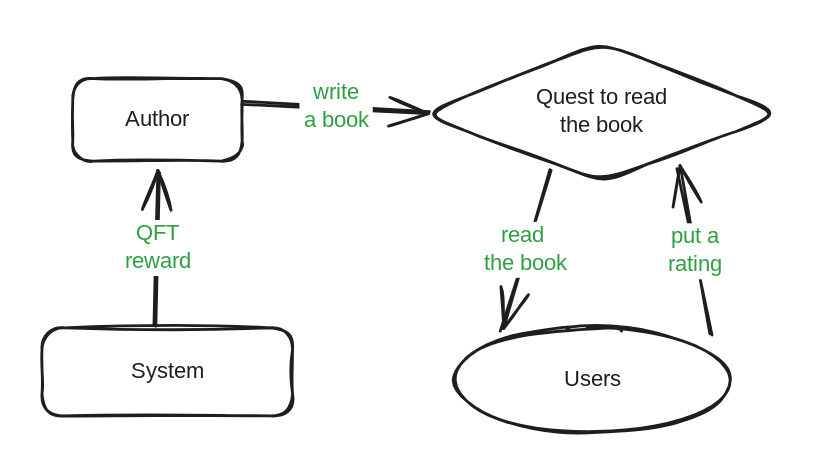
Questfall/docs keeps this Excalidraw diagram as .gitbook/assets/file.excalidraw (1).svg. Above is the earlier version. Source tidied: one line per element, renumbered; positions are measured from the earlier drawing's top-left corner, leaving out a move shared by most shapes. Its diagram source:
```json
{"id": 0, "type": "rectangle", "strokeColor": "#1e1e1e", "strokeWidth": 2, "roughness": 1, "round": true, "x": 22, "y": 26, "width": 121, "height": 59}
{"id": 1, "type": "text", "text": "Author", "strokeColor": "#1e1e1e", "strokeWidth": 2, "roughness": 1, "fontSize": 16, "fontFamily": 1, "textAlign": "center", "verticalAlign": "middle", "inside": 0, "x": 56, "y": 46, "width": 52, "height": 20}
{"id": 2, "type": "diamond", "strokeColor": "#1e1e1e", "strokeWidth": 2, "roughness": 1, "round": true, "x": 272, "y": 0, "width": 256, "height": 100}
{"id": 3, "type": "text", "text": "Quest to read\nthe book", "strokeColor": "#1e1e1e", "strokeWidth": 2, "roughness": 1, "fontSize": 16, "fontFamily": 1, "textAlign": "center", "verticalAlign": "middle", "inside": 2, "x": 342, "y": 30, "width": 116, "height": 40}
{"id": 4, "type": "ellipse", "strokeColor": "#1e1e1e", "strokeWidth": 2, "roughness": 1, "round": true, "x": 295, "y": 204, "width": 196, "height": 75}
{"id": 5, "type": "text", "text": "Users", "strokeColor": "#1e1e1e", "strokeWidth": 2, "roughness": 1, "fontSize": 16, "fontFamily": 1, "textAlign": "center", "verticalAlign": "middle", "inside": 4, "x": 371, "y": 231, "width": 44, "height": 20}
{"id": 6, "type": "rectangle", "strokeColor": "#1e1e1e", "strokeWidth": 2, "roughness": 1, "round": true, "x": 0, "y": 204, "width": 179, "height": 63}
{"id": 7, "type": "text", "text": "System", "strokeColor": "#1e1e1e", "strokeWidth": 2, "roughness": 1, "fontSize": 16, "fontFamily": 1, "textAlign": "center", "verticalAlign": "middle", "inside": 6, "x": 63, "y": 226, "width": 54, "height": 20}
{"id": 8, "type": "arrow", "strokeColor": "#1e1e1e", "strokeWidth": 2, "roughness": 1, "endArrowhead": "arrow", "round": true, "from": 6, "to": 0, "x": 81, "y": 202, "width": 3, "height": 110, "points": [[0, 0], [3, -110]]}
{"id": 9, "type": "text", "text": "QFT\nreward", "strokeColor": "#2f9e44", "strokeWidth": 2, "roughness": 1, "fontSize": 16, "fontFamily": 1, "textAlign": "center", "verticalAlign": "middle", "inside": 8, "x": 58, "y": 134, "width": 52, "height": 40}
{"id": 10, "type": "arrow", "strokeColor": "#1e1e1e", "strokeWidth": 2, "roughness": 1, "endArrowhead": "arrow", "round": true, "from": 0, "x": 144, "y": 43, "width": 132, "height": 7, "points": [[0, 0], [132, 7]]}
{"id": 11, "type": "text", "text": "write\na book", "strokeColor": "#2f9e44", "strokeWidth": 2, "roughness": 1, "fontSize": 16, "fontFamily": 1, "textAlign": "center", "verticalAlign": "middle", "inside": 10, "x": 184, "y": 26, "width": 52, "height": 40}
{"id": 12, "type": "arrow", "strokeColor": "#1e1e1e", "strokeWidth": 2, "roughness": 1, "endArrowhead": "arrow", "round": true, "from": 2, "to": 4, "x": 363, "y": 91, "width": 35, "height": 115, "points": [[0, 0], [-35, 115]]}
{"id": 13, "type": "text", "text": "read \nthe book", "strokeColor": "#2f9e44", "strokeWidth": 2, "roughness": 1, "fontSize": 16, "fontFamily": 1, "textAlign": "center", "verticalAlign": "middle", "inside": 12, "x": 312, "y": 128, "width": 67, "height": 40}
{"id": 14, "type": "arrow", "strokeColor": "#1e1e1e", "strokeWidth": 2, "roughness": 1, "endArrowhead": "arrow", "round": true, "from": 4, "to": 2, "x": 479, "y": 209, "width": 24, "height": 119, "points": [[0, 0], [-24, -119]]}
{"id": 15, "type": "text", "text": "put a\nrating", "strokeColor": "#2f9e44", "strokeWidth": 2, "roughness": 1, "fontSize": 16, "fontFamily": 1, "textAlign": "center", "verticalAlign": "middle", "inside": 14, "x": 444, "y": 129, "width": 46, "height": 40}
```
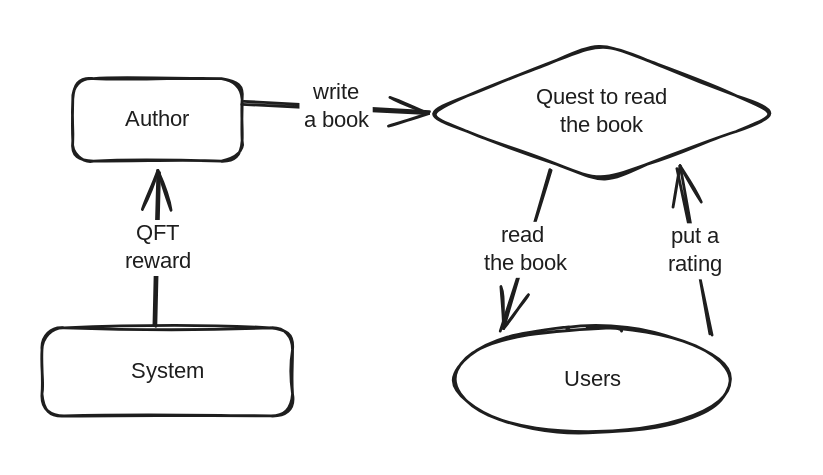
The same diagram one commit later.

Commit message:
GITBOOK-101: No subject

Change to the diagram source:
```diff
@@ -7,10 +7,10 @@
 {"id": 6, "type": "rectangle", "strokeColor": "#1e1e1e", "strokeWidth": 2, "roughness": 1, "round": true, "x": 0, "y": 204, "width": 179, "height": 63}
 {"id": 7, "type": "text", "text": "System", "strokeColor": "#1e1e1e", "strokeWidth": 2, "roughness": 1, "fontSize": 16, "fontFamily": 1, "textAlign": "center", "verticalAlign": "middle", "inside": 6, "x": 63, "y": 226, "width": 54, "height": 20}
 {"id": 8, "type": "arrow", "strokeColor": "#1e1e1e", "strokeWidth": 2, "roughness": 1, "endArrowhead": "arrow", "round": true, "from": 6, "to": 0, "x": 81, "y": 202, "width": 3, "height": 110, "points": [[0, 0], [3, -110]]}
-{"id": 9, "type": "text", "text": "QFT\nreward", "strokeColor": "#2f9e44", "strokeWidth": 2, "roughness": 1, "fontSize": 16, "fontFamily": 1, "textAlign": "center", "verticalAlign": "middle", "inside": 8, "x": 58, "y": 134, "width": 52, "height": 40}
+{"id": 9, "type": "text", "text": "QFT\nreward", "strokeColor": "#1e1e1e", "strokeWidth": 2, "roughness": 1, "fontSize": 16, "fontFamily": 1, "textAlign": "center", "verticalAlign": "middle", "inside": 8, "x": 58, "y": 134, "width": 52, "height": 40}
 {"id": 10, "type": "arrow", "strokeColor": "#1e1e1e", "strokeWidth": 2, "roughness": 1, "endArrowhead": "arrow", "round": true, "from": 0, "x": 144, "y": 43, "width": 132, "height": 7, "points": [[0, 0], [132, 7]]}
-{"id": 11, "type": "text", "text": "write\na book", "strokeColor": "#2f9e44", "strokeWidth": 2, "roughness": 1, "fontSize": 16, "fontFamily": 1, "textAlign": "center", "verticalAlign": "middle", "inside": 10, "x": 184, "y": 26, "width": 52, "height": 40}
+{"id": 11, "type": "text", "text": "write\na book", "strokeColor": "#1e1e1e", "strokeWidth": 2, "roughness": 1, "fontSize": 16, "fontFamily": 1, "textAlign": "center", "verticalAlign": "middle", "inside": 10, "x": 184, "y": 26, "width": 52, "height": 40}
 {"id": 12, "type": "arrow", "strokeColor": "#1e1e1e", "strokeWidth": 2, "roughness": 1, "endArrowhead": "arrow", "round": true, "from": 2, "to": 4, "x": 363, "y": 91, "width": 35, "height": 115, "points": [[0, 0], [-35, 115]]}
-{"id": 13, "type": "text", "text": "read \nthe book", "strokeColor": "#2f9e44", "strokeWidth": 2, "roughness": 1, "fontSize": 16, "fontFamily": 1, "textAlign": "center", "verticalAlign": "middle", "inside": 12, "x": 312, "y": 128, "width": 67, "height": 40}
+{"id": 13, "type": "text", "text": "read \nthe book", "strokeColor": "#1e1e1e", "strokeWidth": 2, "roughness": 1, "fontSize": 16, "fontFamily": 1, "textAlign": "center", "verticalAlign": "middle", "inside": 12, "x": 312, "y": 128, "width": 67, "height": 40}
 {"id": 14, "type": "arrow", "strokeColor": "#1e1e1e", "strokeWidth": 2, "roughness": 1, "endArrowhead": "arrow", "round": true, "from": 4, "to": 2, "x": 479, "y": 209, "width": 24, "height": 119, "points": [[0, 0], [-24, -119]]}
-{"id": 15, "type": "text", "text": "put a\nrating", "strokeColor": "#2f9e44", "strokeWidth": 2, "roughness": 1, "fontSize": 16, "fontFamily": 1, "textAlign": "center", "verticalAlign": "middle", "inside": 14, "x": 444, "y": 129, "width": 46, "height": 40}
+{"id": 15, "type": "text", "text": "put a\nrating", "strokeColor": "#1e1e1e", "strokeWidth": 2, "roughness": 1, "fontSize": 16, "fontFamily": 1, "textAlign": "center", "verticalAlign": "middle", "inside": 14, "x": 444, "y": 129, "width": 46, "height": 40}
```
